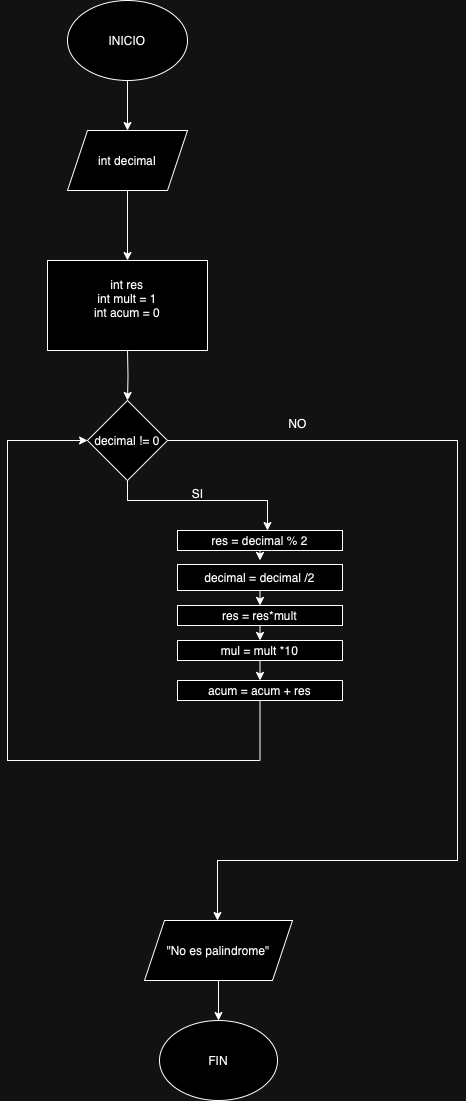
Before: P2:Ejercicio 15.drawio.png, a diagram exported from draw.io (YannineSaavedra/Diagramas-de-flujo). Source tidied: cells renumbered, new cells last; positions are measured from the earlier drawing's top-left corner, leaving out a move shared by most shapes. Its diagram source:
```xml
<mxGraphModel>
  <root>
    <mxCell id="0" />
    <mxCell id="1" parent="0" />
    <mxCell id="2" style="edgeStyle=orthogonalEdgeStyle;rounded=0;jettySize=auto;html=1;" parent="1" edge="1" source="3" target="15">
      <mxGeometry relative="1" as="geometry" />
    </mxCell>
    <mxCell id="3" value="INICIO" style="ellipse;whiteSpace=wrap;html=1;" parent="1" vertex="1">
      <mxGeometry x="60" width="120" height="80" as="geometry" />
    </mxCell>
    <mxCell id="4" value="int res&lt;div&gt;int mult = 1&lt;/div&gt;&lt;div&gt;int acum = 0&lt;br&gt;&lt;div&gt;&lt;br&gt;&lt;/div&gt;&lt;/div&gt;" style="whiteSpace=wrap;html=1;" parent="1" vertex="1">
      <mxGeometry x="40" y="260" width="160" height="90" as="geometry" />
    </mxCell>
    <mxCell id="5" style="edgeStyle=orthogonalEdgeStyle;rounded=0;jettySize=auto;html=1;" parent="1" edge="1" target="8">
      <mxGeometry relative="1" as="geometry">
        <mxPoint x="120" y="350" as="sourcePoint" />
      </mxGeometry>
    </mxCell>
    <mxCell id="6" style="edgeStyle=orthogonalEdgeStyle;rounded=0;jettySize=auto;html=1;" parent="1" edge="1" source="8">
      <mxGeometry relative="1" as="geometry">
        <mxPoint x="260" y="530" as="targetPoint" />
        <Array as="points">
          <mxPoint x="120" y="500" />
          <mxPoint x="260" y="500" />
        </Array>
      </mxGeometry>
    </mxCell>
    <mxCell id="7" style="edgeStyle=orthogonalEdgeStyle;rounded=0;jettySize=auto;html=1;entryX=0.5;entryY=0;entryDx=0;entryDy=0;" parent="1" edge="1" source="8">
      <mxGeometry relative="1" as="geometry">
        <mxPoint x="210" y="920" as="targetPoint" />
        <Array as="points">
          <mxPoint x="450" y="440" />
          <mxPoint x="450" y="860" />
          <mxPoint x="210" y="860" />
        </Array>
      </mxGeometry>
    </mxCell>
    <mxCell id="8" value="decimal != 0" style="rhombus;whiteSpace=wrap;html=1;" parent="1" vertex="1">
      <mxGeometry x="80" y="400" width="80" height="80" as="geometry" />
    </mxCell>
    <mxCell id="9" style="edgeStyle=orthogonalEdgeStyle;rounded=0;jettySize=auto;html=1;entryX=0;entryY=0.5;entryDx=0;entryDy=0;exitX=0.5;exitY=1;exitDx=0;exitDy=0;" parent="1" edge="1" source="25" target="8">
      <mxGeometry relative="1" as="geometry">
        <Array as="points">
          <mxPoint x="253" y="760" />
          <mxPoint y="760" />
          <mxPoint y="440" />
        </Array>
      </mxGeometry>
    </mxCell>
    <mxCell id="10" value="SI" style="text;html=1;align=center;verticalAlign=middle;strokeColor=none;fillColor=none;" parent="1" vertex="1">
      <mxGeometry x="175" y="478" width="30" height="30" as="geometry" />
    </mxCell>
    <mxCell id="11" value="NO" style="text;html=1;align=center;verticalAlign=middle;strokeColor=none;fillColor=none;" parent="1" vertex="1">
      <mxGeometry x="270" y="408" width="40" height="30" as="geometry" />
    </mxCell>
    <mxCell id="12" style="edgeStyle=orthogonalEdgeStyle;rounded=0;jettySize=auto;html=1;exitX=0.5;exitY=1;exitDx=0;exitDy=0;" parent="1" edge="1" source="13">
      <mxGeometry relative="1" as="geometry">
        <mxPoint x="252.5" y="560" as="targetPoint" />
      </mxGeometry>
    </mxCell>
    <mxCell id="13" value="res = decimal % 2" style="rounded=0;whiteSpace=wrap;html=1;" parent="1" vertex="1">
      <mxGeometry x="170" y="530" width="165" height="20" as="geometry" />
    </mxCell>
    <mxCell id="14" style="edgeStyle=orthogonalEdgeStyle;rounded=0;jettySize=auto;html=1;" parent="1" edge="1" source="15" target="4">
      <mxGeometry relative="1" as="geometry" />
    </mxCell>
    <mxCell id="15" value="int decimal" style="shape=parallelogram;perimeter=parallelogramPerimeter;whiteSpace=wrap;html=1;fixedSize=1;" parent="1" vertex="1">
      <mxGeometry x="60" y="130" width="120" height="60" as="geometry" />
    </mxCell>
    <mxCell id="16" style="edgeStyle=orthogonalEdgeStyle;rounded=0;jettySize=auto;html=1;" parent="1" edge="1" source="17" target="18">
      <mxGeometry relative="1" as="geometry" />
    </mxCell>
    <mxCell id="17" value="&quot;No es palindrome&quot;" style="shape=parallelogram;perimeter=parallelogramPerimeter;whiteSpace=wrap;html=1;fixedSize=1;" parent="1" vertex="1">
      <mxGeometry x="137" y="920" width="148" height="60" as="geometry" />
    </mxCell>
    <mxCell id="18" value="FIN" style="ellipse;whiteSpace=wrap;html=1;" parent="1" vertex="1">
      <mxGeometry x="152" y="1020" width="118" height="80" as="geometry" />
    </mxCell>
    <mxCell id="19" style="edgeStyle=orthogonalEdgeStyle;rounded=0;jettySize=auto;html=1;exitX=0.5;exitY=1;exitDx=0;exitDy=0;entryX=0.5;entryY=0;entryDx=0;entryDy=0;" parent="1" edge="1" source="20" target="22">
      <mxGeometry relative="1" as="geometry" />
    </mxCell>
    <mxCell id="20" value="decimal = decimal /2" style="rounded=0;whiteSpace=wrap;html=1;" parent="1" vertex="1">
      <mxGeometry x="170" y="564" width="165" height="26" as="geometry" />
    </mxCell>
    <mxCell id="21" style="edgeStyle=orthogonalEdgeStyle;rounded=0;jettySize=auto;html=1;exitX=0.5;exitY=1;exitDx=0;exitDy=0;entryX=0.5;entryY=0;entryDx=0;entryDy=0;" parent="1" edge="1" source="22" target="24">
      <mxGeometry relative="1" as="geometry" />
    </mxCell>
    <mxCell id="22" value="res = res*mult" style="rounded=0;whiteSpace=wrap;html=1;" parent="1" vertex="1">
      <mxGeometry x="170" y="605" width="165" height="20" as="geometry" />
    </mxCell>
    <mxCell id="23" style="edgeStyle=orthogonalEdgeStyle;rounded=0;jettySize=auto;html=1;exitX=0.5;exitY=1;exitDx=0;exitDy=0;entryX=0.5;entryY=0;entryDx=0;entryDy=0;" parent="1" edge="1" source="24" target="25">
      <mxGeometry relative="1" as="geometry" />
    </mxCell>
    <mxCell id="24" value="mul = mult *10" style="rounded=0;whiteSpace=wrap;html=1;" parent="1" vertex="1">
      <mxGeometry x="170" y="640" width="165" height="20" as="geometry" />
    </mxCell>
    <mxCell id="25" value="acum = acum + res" style="rounded=0;whiteSpace=wrap;html=1;" parent="1" vertex="1">
      <mxGeometry x="170" y="680" width="165" height="20" as="geometry" />
    </mxCell>
  </root>
</mxGraphModel>
```
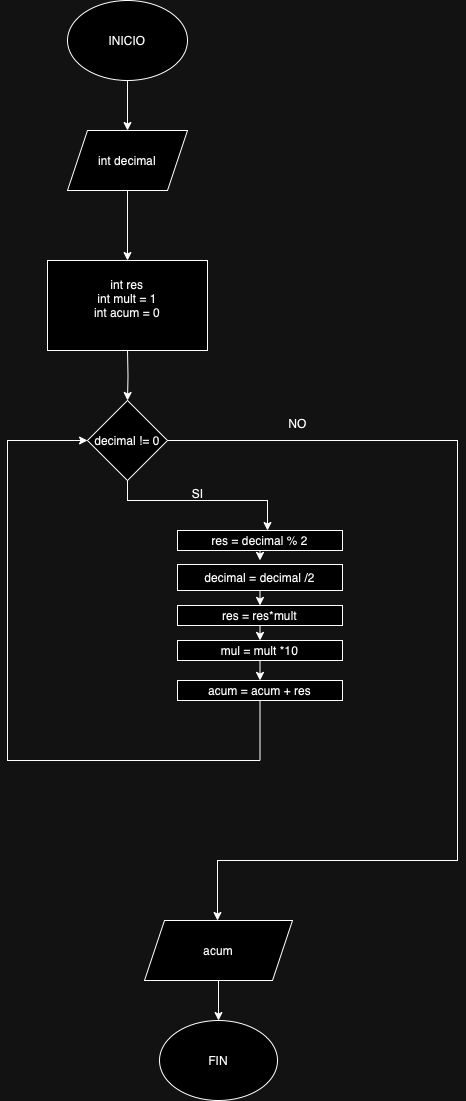
After the commit.

The edit, as a diff of the source:
```diff
@@ -70,7 +70,7 @@
     <mxCell id="16" style="edgeStyle=orthogonalEdgeStyle;rounded=0;jettySize=auto;html=1;" parent="1" edge="1" source="17" target="18">
       <mxGeometry relative="1" as="geometry" />
     </mxCell>
-    <mxCell id="17" value="&quot;No es palindrome&quot;" style="shape=parallelogram;perimeter=parallelogramPerimeter;whiteSpace=wrap;html=1;fixedSize=1;" parent="1" vertex="1">
+    <mxCell id="17" value="acum" style="shape=parallelogram;perimeter=parallelogramPerimeter;whiteSpace=wrap;html=1;fixedSize=1;" parent="1" vertex="1">
       <mxGeometry x="137" y="920" width="148" height="60" as="geometry" />
     </mxCell>
     <mxCell id="18" value="FIN" style="ellipse;whiteSpace=wrap;html=1;" parent="1" vertex="1">
```
